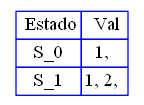
The Graphviz diagram tabla0.png in sergio201801442/OLC1_Practica1_201801442, before a commit. Its source is kept beside it as tabla0.dot. Source of this version:
```dot
digraph H {
tbl [
shape=plaintext
label=<
<table border='0' cellborder='1' color='blue' cellspacing='0'>
<tr><td> Estado</td><td> Val</td></tr><tr><td>S_0</td><td>1, </td></tr>
<tr><td>S_1</td><td>1, 2, </td></tr>
</table>
>];
}
```
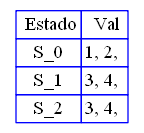
Later version of the same file.

The edit, as a diff of the source:
```diff
@@ -3,8 +3,9 @@
 shape=plaintext
 label=<
 <table border='0' cellborder='1' color='blue' cellspacing='0'>
-<tr><td> Estado</td><td> Val</td></tr><tr><td>S_0</td><td>1, </td></tr>
-<tr><td>S_1</td><td>1, 2, </td></tr>
+<tr><td> Estado</td><td> Val</td></tr><tr><td>S_0</td><td>1, 2, </td></tr>
+<tr><td>S_1</td><td>3, 4, </td></tr>
+<tr><td>S_2</td><td>3, 4, </td></tr>
 </table>
 >];
 }
```
